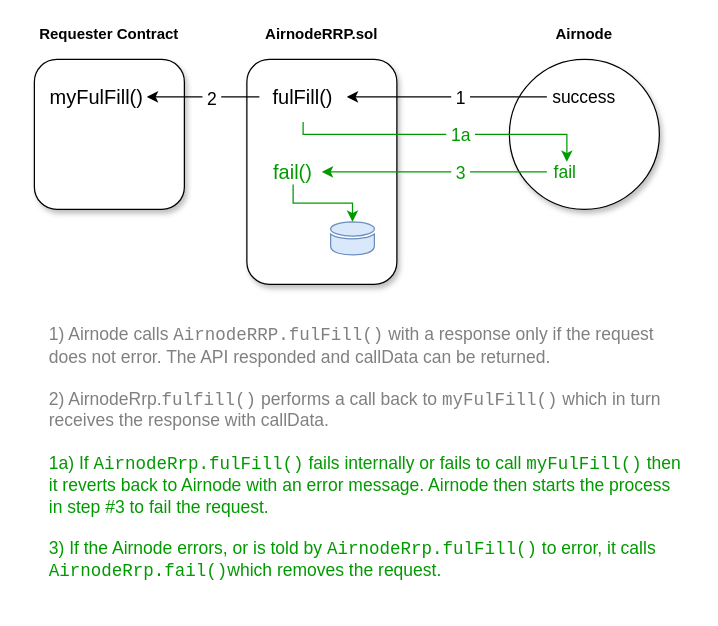
The draw.io diagram docs/airnode/next/assets/diagrams/request-outcomes.drawio in api3dao/old-api3-docs, before the edit. Source tidied: cells renumbered, new cells numbered last; positions are measured from the earlier drawing's top-left corner, leaving out a move shared by most shapes. Both pictures are drawn from the tidied source at 125%, with x=0, y=0 at pixel (21, 21). Pictures stored in the file or linked from it are replaced by grey dashed boxes.
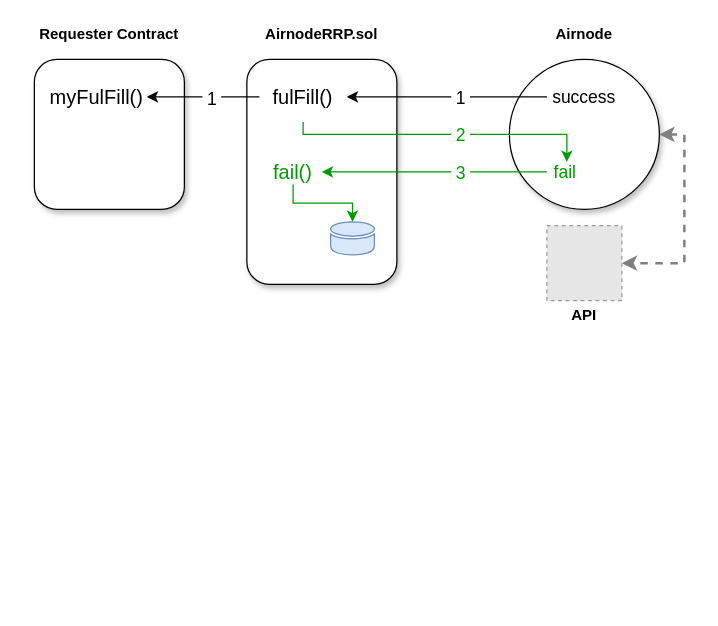
The same diagram, later.

The change refers to these unchanged cells:
```xml
<mxCell id="8" style="ellipse;whiteSpace=wrap;html=1;fontSize=14;align=center;shadow=1;" parent="1" vertex="1">
  <mxGeometry x="390" y="30" width="120" height="120" as="geometry" />
</mxCell>
<mxCell id="12" style="endArrow=classic;html=1;fontSize=14;entryX=1;entryY=0.5;entryDx=0;entryDy=0;exitX=0;exitY=0.5;exitDx=0;exitDy=0;" parent="1" edge="1" source="9" target="11">
  <mxGeometry relative="1" as="geometry" />
</mxCell>
<mxCell id="21" style="endArrow=classic;html=1;rounded=0;strokeColor=#009900;edgeStyle=orthogonalEdgeStyle;exitX=0.5;exitY=1;exitDx=0;exitDy=0;" parent="1" edge="1" source="9">
  <mxGeometry relative="1" as="geometry">
    <mxPoint x="436" y="112" as="targetPoint" />
    <Array as="points">
      <mxPoint x="225" y="90" />
      <mxPoint x="436" y="90" />
    </Array>
  </mxGeometry>
</mxCell>
```

The edit, as a diff of the source:
```diff
@@
-    <mxCell id="10" value="&lt;font style=&quot;font-size: 14px&quot;&gt;&lt;font color=&quot;#808080&quot; style=&quot;font-size: 14px&quot;&gt;1) Airnode calls &lt;/font&gt;&lt;font face=&quot;Courier New&quot; style=&quot;color: rgb(128 , 128 , 128) ; font-size: 14px&quot;&gt;AirnodeRRP.fulFill()&lt;/font&gt;&lt;font color=&quot;#808080&quot; style=&quot;font-size: 14px&quot;&gt; with a response&amp;nbsp;only if the request does not error. The API responded and callData can be returned.&lt;/font&gt;&lt;br&gt;&lt;br&gt;&lt;font color=&quot;#808080&quot; style=&quot;font-size: 14px&quot;&gt;2) AirnodeRrp.&lt;/font&gt;&lt;font face=&quot;Courier New&quot; style=&quot;color: rgb(128 , 128 , 128) ; font-size: 14px&quot;&gt;fulfill()&lt;/font&gt;&lt;font color=&quot;#808080&quot; style=&quot;font-size: 14px&quot;&gt; performs a call back to&amp;nbsp;&lt;/font&gt;&lt;font face=&quot;Courier New&quot; style=&quot;color: rgb(128 , 128 , 128) ; font-size: 14px&quot;&gt;myFulFill()&lt;/font&gt;&lt;font color=&quot;#808080&quot; style=&quot;font-size: 14px&quot;&gt;&amp;nbsp;which in turn receives the response with callData.&lt;/font&gt;&lt;br&gt;&lt;br&gt;&lt;font color=&quot;#009900&quot; style=&quot;font-size: 14px&quot;&gt;1a) If&amp;nbsp;&lt;font face=&quot;Courier New&quot; style=&quot;font-size: 14px&quot;&gt;AirnodeRrp.fulFill()&lt;/font&gt;&amp;nbsp;fails internally or fails to call&amp;nbsp;&lt;font face=&quot;Courier New&quot; style=&quot;font-size: 14px&quot;&gt;myFulFill()&lt;/font&gt;&amp;nbsp;then it reverts back to Airnode with an error message. Airnode then starts the process in step #3 to fail the request.&lt;/font&gt;&lt;br&gt;&amp;nbsp;&lt;br&gt;&lt;font color=&quot;#009900&quot; style=&quot;font-size: 14px&quot;&gt;3) If the Airnode errors, or is told by &lt;font face=&quot;Courier New&quot; style=&quot;font-size: 14px&quot;&gt;AirnodeRrp.fulFill()&lt;/font&gt; to error&lt;font style=&quot;font-size: 14px&quot;&gt;, it calls &lt;font face=&quot;Courier New&quot; style=&quot;font-size: 14px&quot;&gt;AirnodeRrp.fail()&lt;/font&gt;which&lt;/font&gt;&lt;/font&gt;&lt;/font&gt;&lt;font color=&quot;#009900&quot; style=&quot;font-size: 14px&quot;&gt;&lt;font style=&quot;font-size: 14px&quot;&gt;&lt;font style=&quot;font-size: 14px&quot;&gt;&amp;nbsp;re&lt;/font&gt;moves the request.&lt;/font&gt;&lt;br&gt;&lt;/font&gt;" style="text;html=1;strokeColor=none;fillColor=none;align=left;verticalAlign=middle;whiteSpace=wrap;rounded=0;shadow=1;fontSize=14;" parent="1" vertex="1">
-      <mxGeometry x="20" y="230" width="510" height="230" as="geometry" />
-    </mxCell>
@@
-    <mxCell id="13" value="&amp;nbsp;2&amp;nbsp;" style="edgeLabel;html=1;align=center;verticalAlign=middle;fontSize=14;" parent="12" vertex="1">
+    <mxCell id="13" value="&amp;nbsp;1&amp;nbsp;" style="edgeLabel;html=1;align=center;verticalAlign=middle;fontSize=14;" parent="12" vertex="1">
       <mxGeometry x="-0.15" y="1" relative="1" as="geometry">
         <mxPoint x="-1" as="offset" />
       </mxGeometry>
     </mxCell>
@@
     <mxCell id="15" value="&amp;nbsp;fail" style="text;html=1;strokeColor=none;fillColor=none;align=left;verticalAlign=middle;whiteSpace=wrap;rounded=0;shadow=1;fontSize=14;fontColor=#009900;" parent="1" vertex="1">
-      <mxGeometry x="420" y="110" width="60" height="20" as="geometry" />
+      <mxGeometry x="420" y="110" width="30" height="20" as="geometry" />
     </mxCell>
@@
-    <mxCell id="22" value="&lt;font style=&quot;font-size: 14px&quot; color=&quot;#009900&quot;&gt;&amp;nbsp;1a&amp;nbsp;&lt;/font&gt;" style="edgeLabel;html=1;align=center;verticalAlign=middle;" parent="21" vertex="1">
+    <mxCell id="22" value="&lt;font color=&quot;#009900&quot;&gt;&lt;span style=&quot;font-size: 14px&quot;&gt;&amp;nbsp;2&amp;nbsp;&lt;/span&gt;&lt;/font&gt;" style="edgeLabel;html=1;align=center;verticalAlign=middle;" parent="21" vertex="1">
       <mxGeometry x="-0.07" relative="1" as="geometry">
         <mxPoint x="22" as="offset" />
       </mxGeometry>
     </mxCell>
@@
+    <mxCell id="25" style="fillColor=#E6E6E6;strokeColor=#999999;dashed=1;verticalLabelPosition=bottom;labelBackgroundColor=#ffffff;verticalAlign=top;rotation=-90;" parent="1" vertex="1">
+      <mxGeometry x="420" y="163" width="60" height="60" as="geometry" />
+    </mxCell>
+    <mxCell id="26" style="endArrow=classic;html=1;rounded=0;edgeStyle=orthogonalEdgeStyle;exitX=1;exitY=0.5;exitDx=0;exitDy=0;entryX=0.5;entryY=1;entryDx=0;entryDy=0;dashed=1;startArrow=classic;startFill=1;strokeColor=#808080;strokeWidth=2;" parent="1" edge="1" source="8" target="25">
+      <mxGeometry relative="1" as="geometry">
+        <Array as="points">
+          <mxPoint x="530" y="90" />
+          <mxPoint x="530" y="193" />
+        </Array>
+      </mxGeometry>
+    </mxCell>
+    <mxCell id="27" value="API" style="text;html=1;strokeColor=none;fillColor=none;align=center;verticalAlign=middle;whiteSpace=wrap;rounded=0;fontStyle=1;" parent="1" vertex="1">
+      <mxGeometry x="360" y="225" width="180" height="20" as="geometry" />
+    </mxCell>
```
